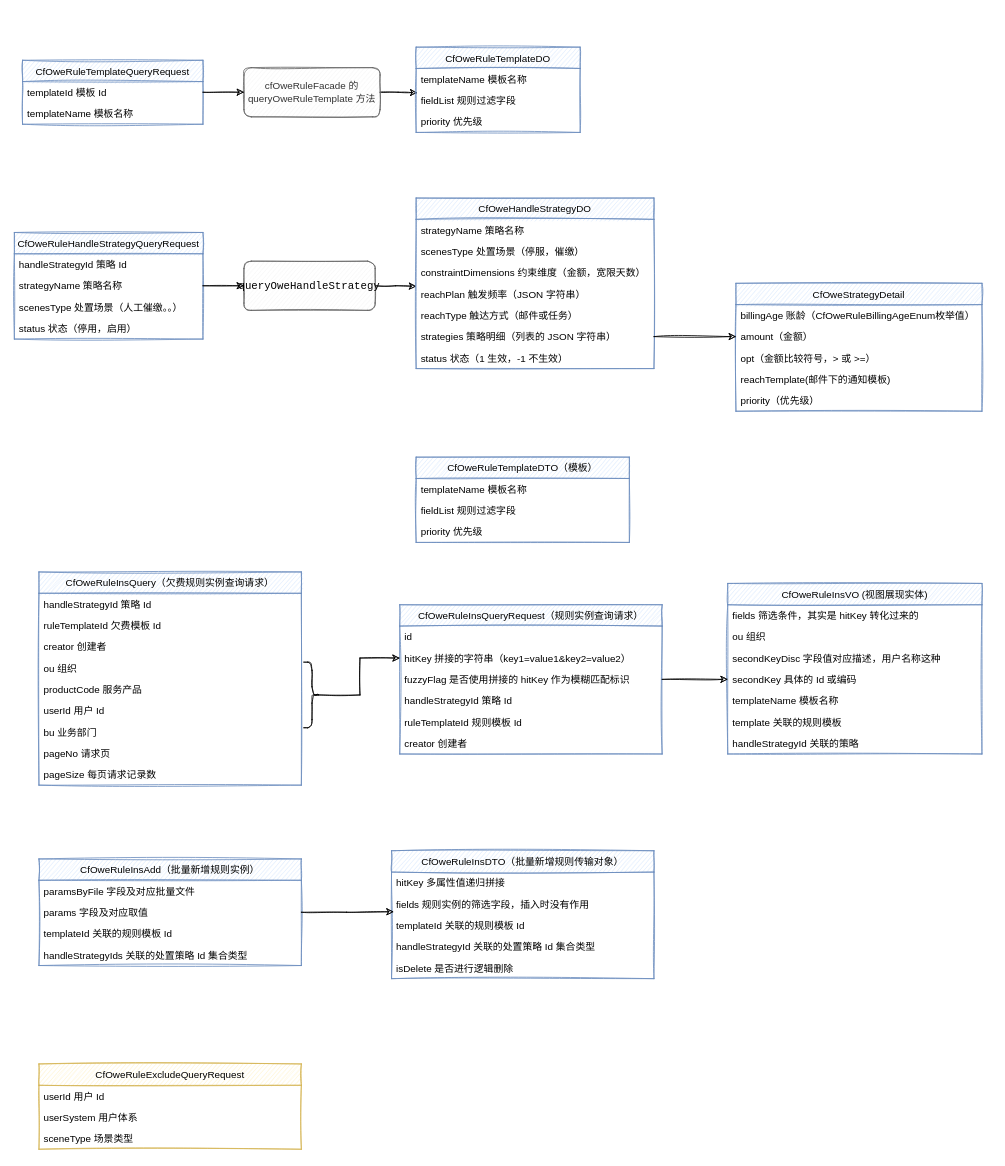
Before: page "OweRuleFacade" (3 of 3) of Untitled Diagram.drawio in Lichit-bot/hello-computer, a draw.io diagram. Source tidied: cells renumbered, new cells numbered last; positions are measured from the earlier drawing's top-left corner, leaving out a move shared by most shapes. Both pictures are drawn from the tidied source at 82%, with x=0, y=0 at pixel (14, 47).
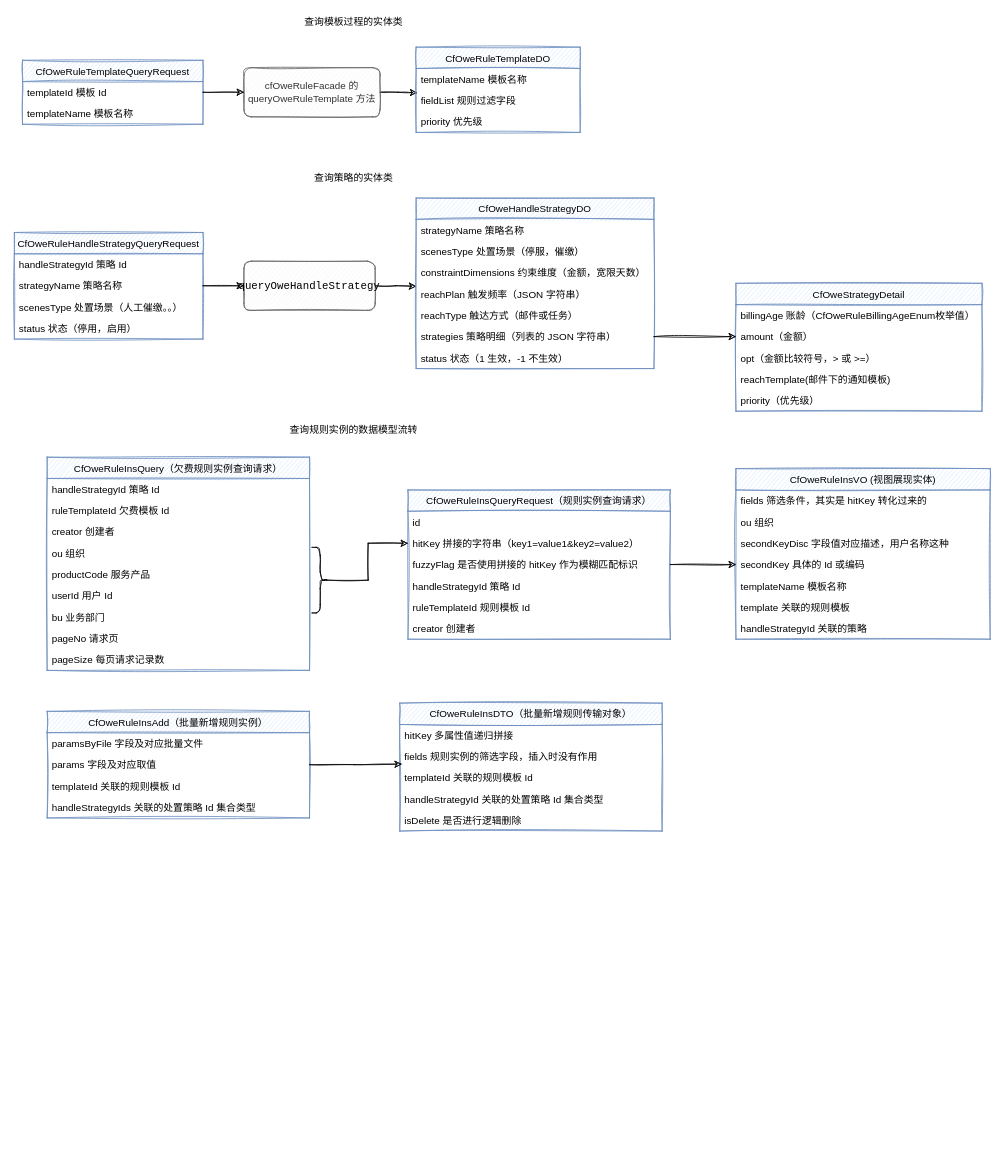
The same page after the edit.

What changed in the source:
```diff
@@
-    <mxCell id="35" value="CfOweRuleTemplateDTO（模板）" style="swimlane;fontStyle=0;horizontal=1;startSize=26;fillColor=#dae8fc;strokeColor=#6c8ebf;sketch=1;" parent="1" vertex="1">
-      <mxGeometry x="490" y="500" width="260" height="104" as="geometry" />
-    </mxCell>
-    <mxCell id="36" value="templateName 模板名称" style="text;strokeColor=none;fillColor=none;align=left;verticalAlign=top;spacingLeft=4;spacingRight=4;overflow=hidden;" parent="35" vertex="1">
-      <mxGeometry y="26" width="260" height="26" as="geometry" />
-    </mxCell>
-    <mxCell id="37" value="fieldList 规则过滤字段" style="text;strokeColor=none;fillColor=none;align=left;verticalAlign=top;spacingLeft=4;spacingRight=4;overflow=hidden;" parent="35" vertex="1">
-      <mxGeometry y="52" width="260" height="26" as="geometry" />
-    </mxCell>
-    <mxCell id="38" value="priority 优先级" style="text;strokeColor=none;fillColor=none;align=left;verticalAlign=top;spacingLeft=4;spacingRight=4;overflow=hidden;" parent="35" vertex="1">
-      <mxGeometry y="78" width="260" height="26" as="geometry" />
-    </mxCell>
     <mxCell id="39" value="CfOweRuleInsQueryRequest（规则实例查询请求）" style="swimlane;fontStyle=0;horizontal=1;startSize=26;fillColor=#dae8fc;strokeColor=#6c8ebf;sketch=1;" parent="1" vertex="1">
-      <mxGeometry x="470" y="680" width="320" height="182" as="geometry" />
+      <mxGeometry x="480" y="540" width="320" height="182" as="geometry" />
     </mxCell>
@@
     <mxCell id="46" value="CfOweRuleInsQuery（欠费规则实例查询请求）" style="swimlane;fontStyle=0;horizontal=1;startSize=26;fillColor=#dae8fc;strokeColor=#6c8ebf;sketch=1;" parent="1" vertex="1">
-      <mxGeometry x="30" y="640" width="320" height="260" as="geometry" />
+      <mxGeometry x="40" y="500" width="320" height="260" as="geometry" />
     </mxCell>
@@
     <mxCell id="57" style="shape=curlyBracket;whiteSpace=wrap;html=1;rounded=1;flipH=1;sketch=1;" parent="1" vertex="1">
-      <mxGeometry x="353" y="750" width="20" height="80" as="geometry" />
+      <mxGeometry x="363" y="610" width="20" height="80" as="geometry" />
     </mxCell>
     <mxCell id="58" value="CfOweRuleInsVO (视图展现实体)" style="swimlane;fontStyle=0;horizontal=1;startSize=26;sketch=1;fillColor=#dae8fc;strokeColor=#6c8ebf;" parent="1" vertex="1">
-      <mxGeometry x="870" y="654" width="310" height="208" as="geometry" />
+      <mxGeometry x="880" y="514" width="310" height="208" as="geometry" />
     </mxCell>
@@
     <mxCell id="67" value="CfOweRuleInsAdd（批量新增规则实例）" style="swimlane;fontStyle=0;horizontal=1;startSize=26;sketch=1;fillColor=#dae8fc;strokeColor=#6c8ebf;" parent="1" vertex="1">
-      <mxGeometry x="30" y="990" width="320" height="130" as="geometry" />
+      <mxGeometry x="40" y="810" width="320" height="130" as="geometry" />
     </mxCell>
@@
     <mxCell id="72" value="CfOweRuleInsDTO（批量新增规则传输对象）" style="swimlane;fontStyle=0;horizontal=1;startSize=26;sketch=1;fillColor=#dae8fc;strokeColor=#6c8ebf;" parent="1" vertex="1">
-      <mxGeometry x="460" y="980" width="320" height="156" as="geometry" />
+      <mxGeometry x="470" y="800" width="320" height="156" as="geometry" />
     </mxCell>
@@
-    <mxCell id="79" value="CfOweRuleExcludeQueryRequest " style="swimlane;fontStyle=0;horizontal=1;startSize=26;sketch=1;fillColor=#fff2cc;strokeColor=#d6b656;" parent="1" vertex="1">
-      <mxGeometry x="30" y="1240" width="320" height="104" as="geometry" />
-    </mxCell>
-    <mxCell id="80" value="userId 用户 Id" style="text;strokeColor=none;fillColor=none;align=left;verticalAlign=top;spacingLeft=4;spacingRight=4;overflow=hidden;" parent="79" vertex="1">
-      <mxGeometry y="26" width="320" height="26" as="geometry" />
-    </mxCell>
-    <mxCell id="81" value="userSystem 用户体系" style="text;strokeColor=none;fillColor=none;align=left;verticalAlign=top;spacingLeft=4;spacingRight=4;overflow=hidden;" parent="79" vertex="1">
-      <mxGeometry y="52" width="320" height="26" as="geometry" />
-    </mxCell>
-    <mxCell id="82" value="sceneType 场景类型" style="text;strokeColor=none;fillColor=none;align=left;verticalAlign=top;spacingLeft=4;spacingRight=4;overflow=hidden;" parent="79" vertex="1">
-      <mxGeometry y="78" width="320" height="26" as="geometry" />
-    </mxCell>
+    <mxCell id="83" value="查询模板过程的实体类" style="text;html=1;strokeColor=none;fillColor=none;align=center;verticalAlign=middle;whiteSpace=wrap;rounded=0;sketch=1;" parent="1" vertex="1">
+      <mxGeometry x="284" y="-40" width="260" height="20" as="geometry" />
+    </mxCell>
+    <mxCell id="84" value="查询策略的实体类" style="text;html=1;strokeColor=none;fillColor=none;align=center;verticalAlign=middle;whiteSpace=wrap;rounded=0;sketch=1;" parent="1" vertex="1">
+      <mxGeometry x="284" y="150" width="260" height="20" as="geometry" />
+    </mxCell>
+    <mxCell id="85" value="查询规则实例的数据模型流转" style="text;html=1;strokeColor=none;fillColor=none;align=center;verticalAlign=middle;whiteSpace=wrap;rounded=0;sketch=1;" parent="1" vertex="1">
+      <mxGeometry x="326" y="457" width="176" height="20" as="geometry" />
+    </mxCell>
```
